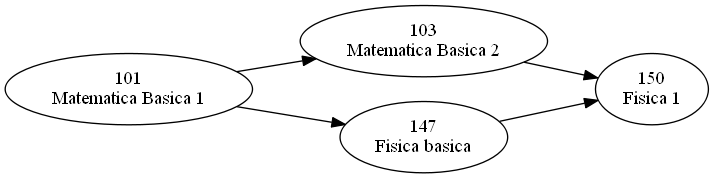
JoseMore99/EDD_SmartClass_201701015 keeps this Graphviz diagram as Fase 2/frontend/web/static/redPre.png. Above is the earlier version. Its source is kept beside it as Fase 2/redPre.dot. Source of this version:
```dot
digraph G{
rankdir=LR
charset="Latin1"
"103\nMatematica Basica 2"->"150\nFisica 1";
"101\nMatematica Basica 1"->"103\nMatematica Basica 2";
"147\nFisica basica"->"150\nFisica 1";
"101\nMatematica Basica 1"->"147\nFisica basica";

}
```
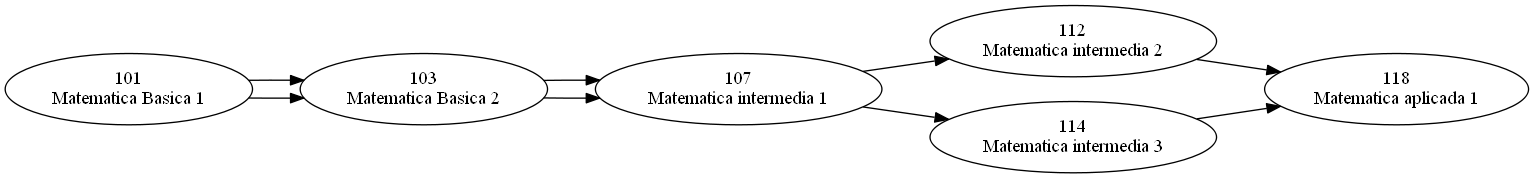
After the commit.

The edit, as a diff of the source:
```diff
@@ -1,9 +1,13 @@
 digraph G{
 rankdir=LR
 charset="Latin1"
-"103\nMatematica Basica 2"->"150\nFisica 1";
+"112\nMatematica intermedia 2"->"118\nMatematica aplicada 1";
+"107\nMatematica intermedia 1"->"112\nMatematica intermedia 2";
+"103\nMatematica Basica 2"->"107\nMatematica intermedia 1";
 "101\nMatematica Basica 1"->"103\nMatematica Basica 2";
-"147\nFisica basica"->"150\nFisica 1";
-"101\nMatematica Basica 1"->"147\nFisica basica";
+"114\nMatematica intermedia 3"->"118\nMatematica aplicada 1";
+"107\nMatematica intermedia 1"->"114\nMatematica intermedia 3";
+"103\nMatematica Basica 2"->"107\nMatematica intermedia 1";
+"101\nMatematica Basica 1"->"103\nMatematica Basica 2";
 
 }
```
